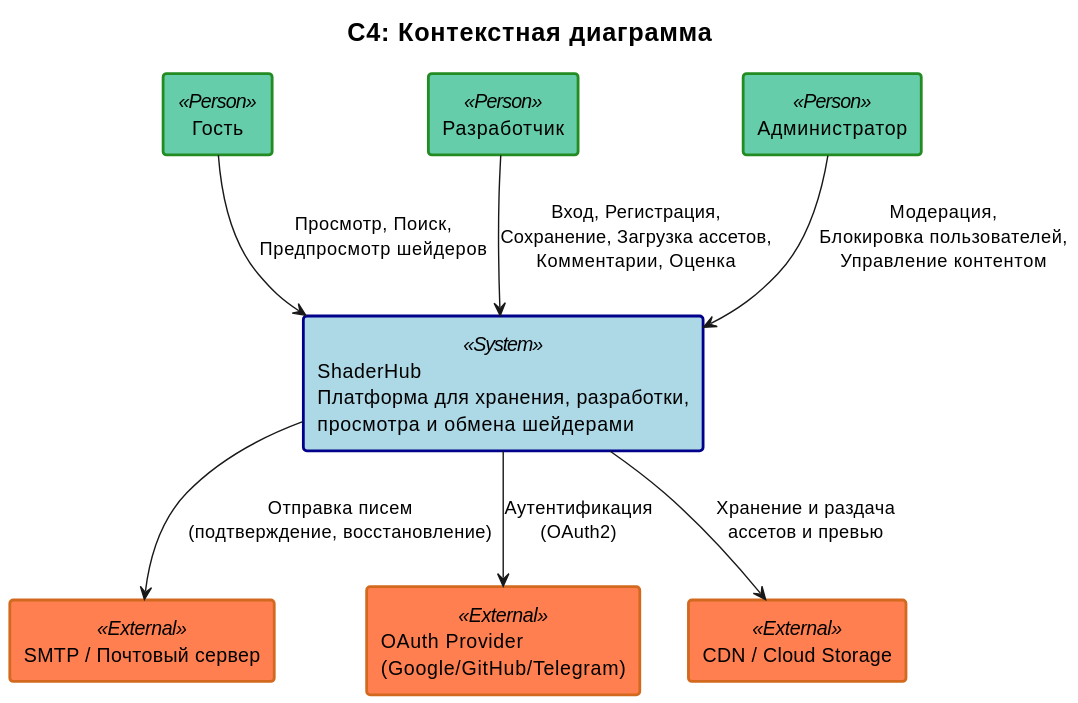
Mihyich/ShaderHub keeps this PlantUML diagram as docs/charts/c4/01-context/chart.svg. Above is the earlier version. Its diagram source:
```plantuml
@startuml
skinparam sequenceMessageAlign center

skinparam activity {
    BackgroundColor White
    BorderColor Black
    BorderThickness 2
    FontName "Arial"
    FontSize 12
}

skinparam title {
    FontSize 18
}

skinparam rectangle {
    BackgroundColor<<Person>> MediumAquaMarine
    BorderColor<<Person>> ForestGreen

    BackgroundColor<<System>> LightBlue
    BorderColor<<System>> DarkBlue

    BackgroundColor<<External>> Coral
    BorderColor<<External>> Chocolate

    BorderThickness 2
}

title C4: Контекстная диаграмма


rectangle "Гость" <<Person>> as Guest
rectangle "Разработчик" <<Person>> as Developer
rectangle "Администратор" <<Person>> as Admin

rectangle "ShaderHub\nПлатформа для хранения, разработки,\nпросмотра и обмена шейдерами" <<System>> as ShaderHub

rectangle "SMTP / Почтовый сервер" <<External>> as SMTP
rectangle "OAuth Provider\n(Google/GitHub/Telegram)" <<External>> as OAuth
rectangle "CDN / Cloud Storage" <<External>> as CDN


Guest --> ShaderHub : "Просмотр, Поиск,\nПредпросмотр шейдеров"

Developer --> ShaderHub : "Вход, Регистрация,\nСохранение, Загрузка ассетов,\nКомментарии, Оценка"

Admin --> ShaderHub : "Модерация,\nБлокировка пользователей,\nУправление контентом"

ShaderHub --> SMTP : "Отправка писем\n(подтверждение, восстановление)"
ShaderHub --> OAuth : "Аутентификация\n(OAuth2)"
ShaderHub --> CDN : "Хранение и раздача\nассетов и превью"





@enduml
```
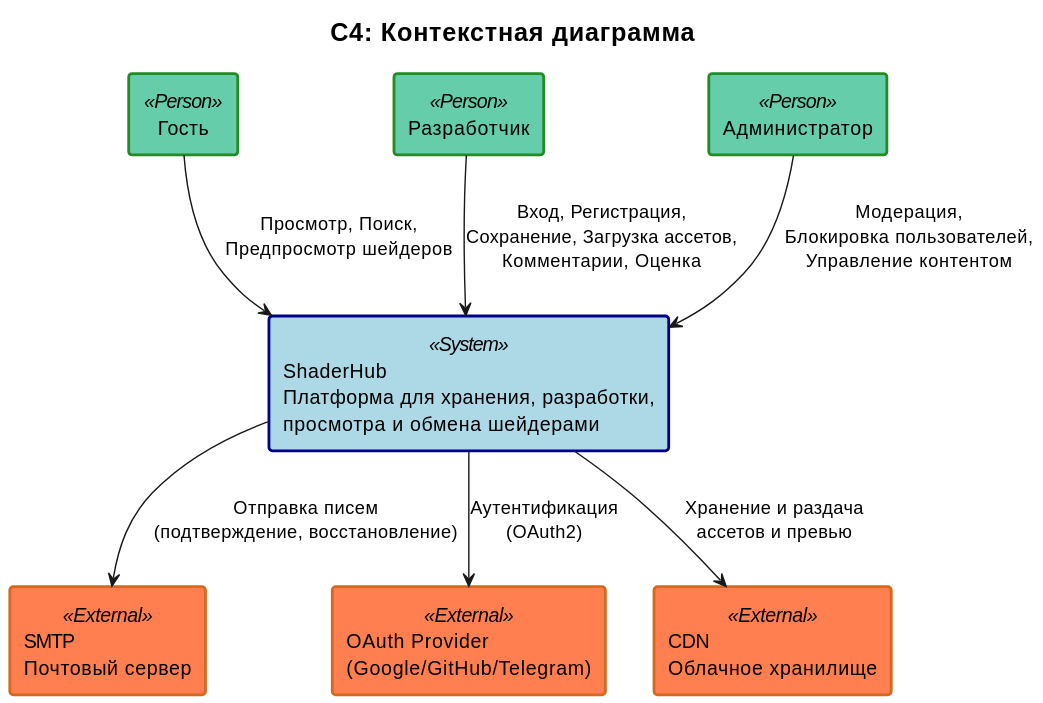
After the commit.

Commit message:
Обобщение используемых инструментов (пока наверняка не выбраны)

The edit, as a diff of the source:
```diff
@@ -35,9 +35,9 @@
 
 rectangle "ShaderHub\nПлатформа для хранения, разработки,\nпросмотра и обмена шейдерами" <<System>> as ShaderHub
 
-rectangle "SMTP / Почтовый сервер" <<External>> as SMTP
+rectangle "SMTP\nПочтовый сервер" <<External>> as SMTP
 rectangle "OAuth Provider\n(Google/GitHub/Telegram)" <<External>> as OAuth
-rectangle "CDN / Cloud Storage" <<External>> as CDN
+rectangle "CDN\nОблачное хранилище" <<External>> as CDN
 
 
 Guest --> ShaderHub : "Просмотр, Поиск,\nПредпросмотр шейдеров"
```
